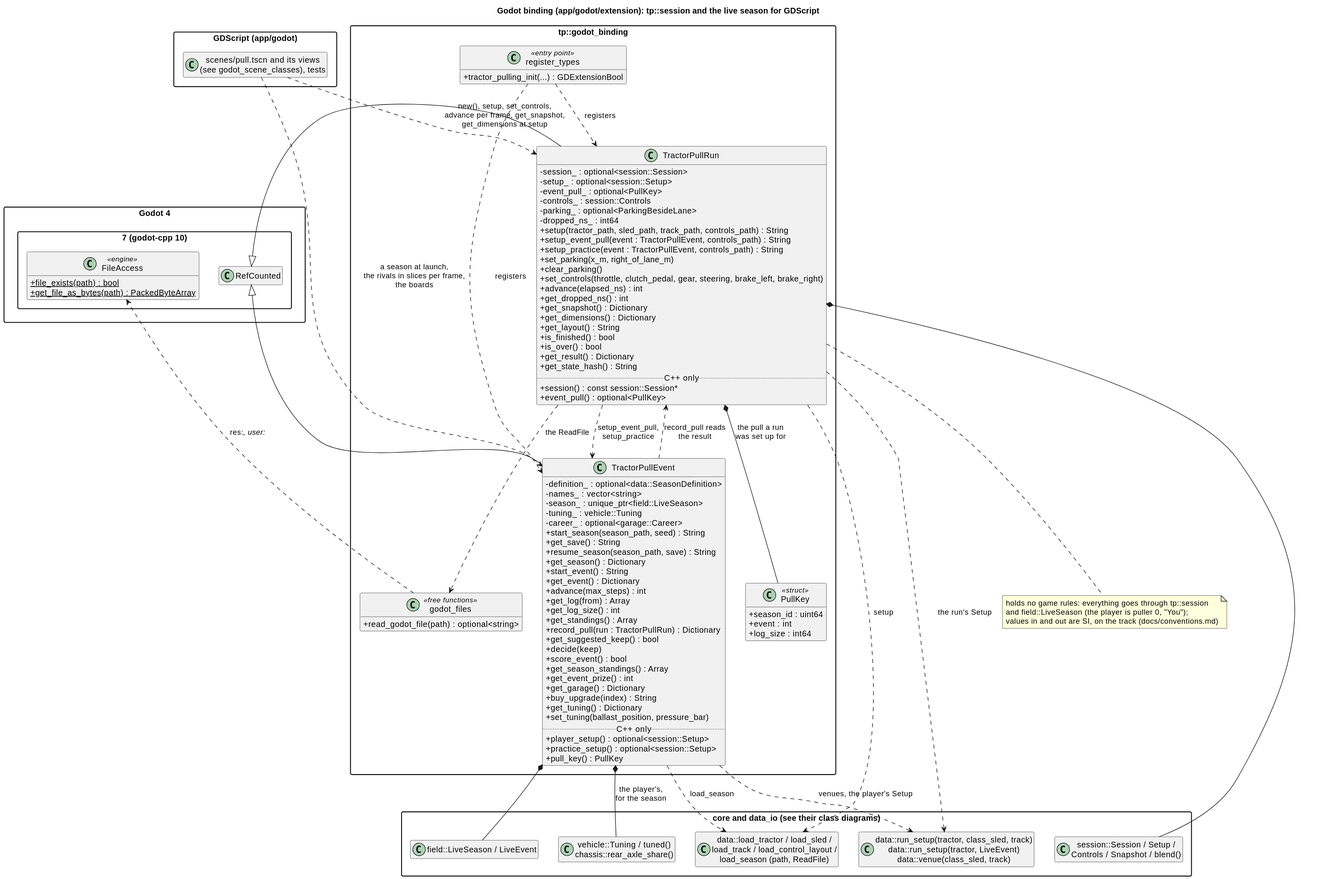
This is docs/diagrams/svg/godot_classes.svg from wversteeg/TractorPulling, a PlantUML export, as it was before one commit.
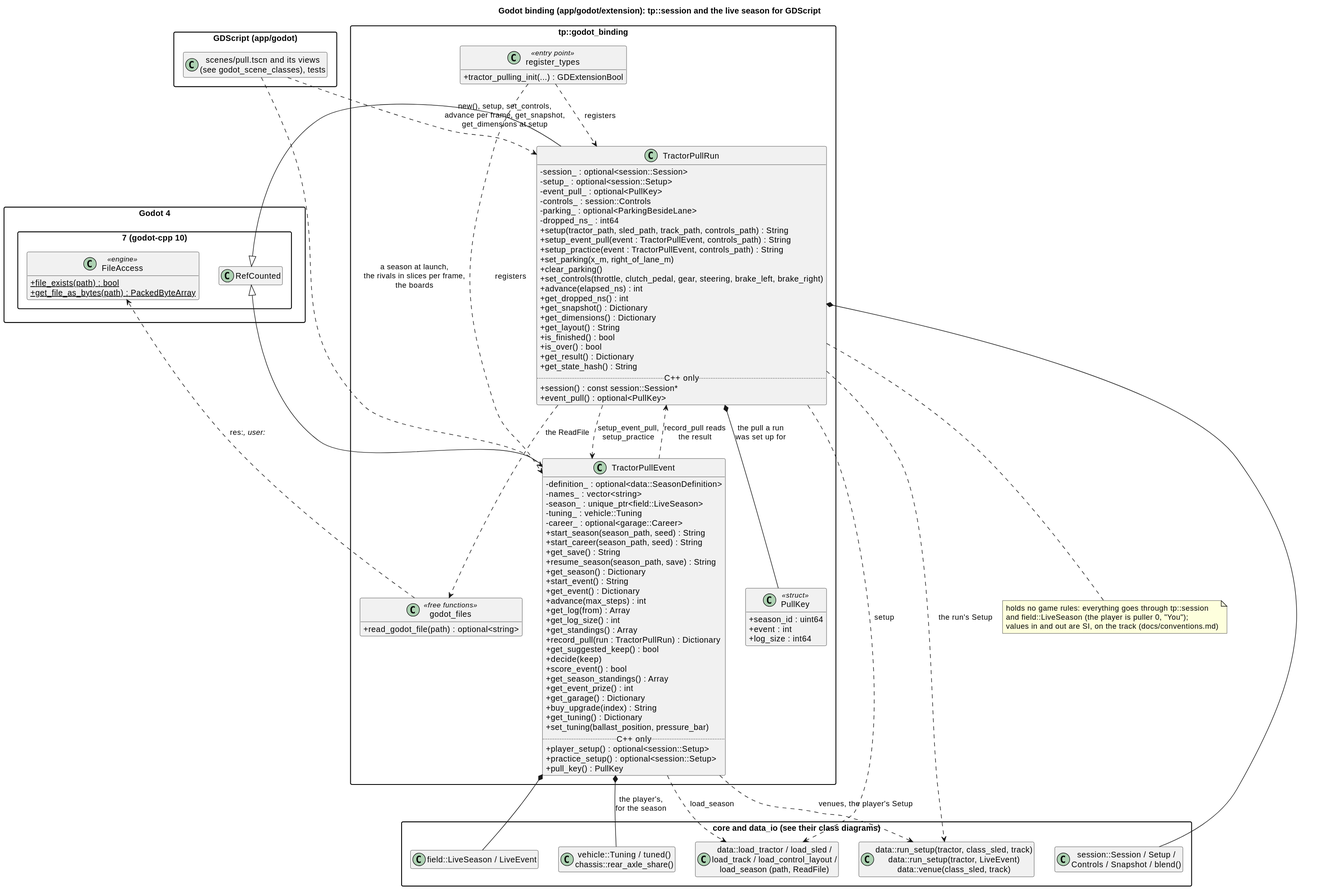
Above is the later version.

Diff of the diagram source:
```diff
@@ -46,6 +46,7 @@
     -tuning_ : vehicle::Tuning
     -career_ : optional<garage::Career>
     +start_season(season_path, seed) : String
+    +start_career(season_path, seed) : String
     +get_save() : String
     +resume_season(season_path, save) : String
     +get_season() : Dictionary
```
